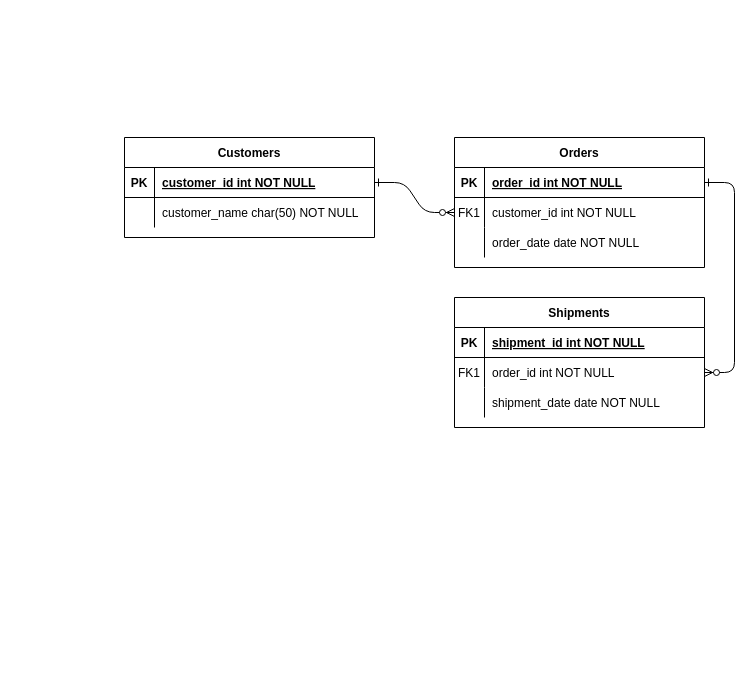
Earlier version of the draw.io diagram Диаграмма без названия.drawio (kitarooo/MarintexHackathon). Source tidied: cells renumbered, new cells numbered last; positions are measured from the earlier drawing's top-left corner, leaving out a move shared by most shapes. Both pictures are drawn from the tidied source at 100%, with x=0, y=0 at pixel (124, 137).
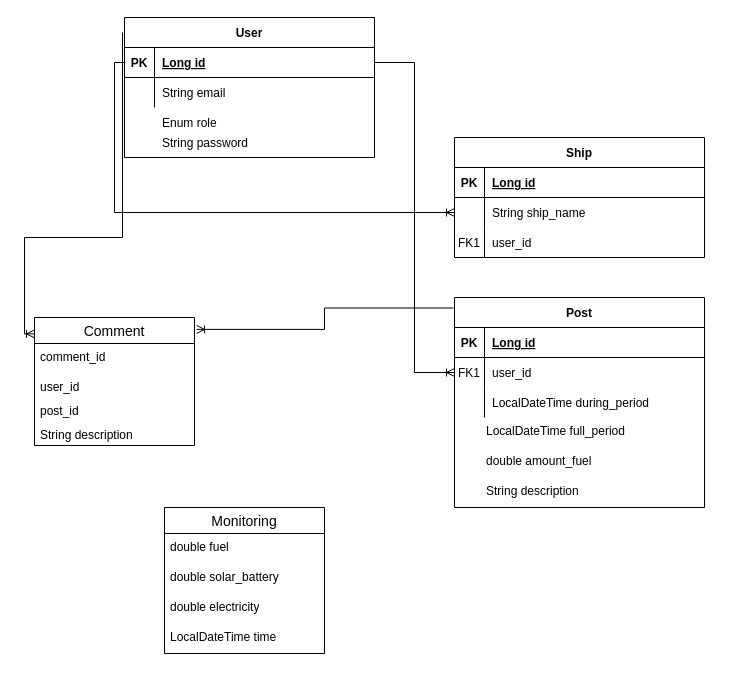
After the change.

The change refers to these unchanged cells:
```xml
<mxCell id="5" style="shape=partialRectangle;fillColor=none;points=[[0,0.5],[1,0.5]];portConstraint=eastwest;top=0;left=0;right=0;bottom=1;" parent="4" vertex="1">
  <mxGeometry y="30" width="250" height="30" as="geometry" />
</mxCell>
<mxCell id="8" style="shape=partialRectangle;fillColor=none;points=[[0,0.5],[1,0.5]];portConstraint=eastwest;top=0;left=0;right=0;bottom=0;" parent="4" vertex="1">
  <mxGeometry y="60" width="250" height="30" as="geometry" />
</mxCell>
<mxCell id="11" style="shape=partialRectangle;fillColor=none;top=0;left=0;right=0;bottom=0;" parent="4" vertex="1">
  <mxGeometry y="90" width="250" height="30" as="geometry" />
</mxCell>
<mxCell id="15" style="shape=partialRectangle;fillColor=none;top=0;left=0;right=0;bottom=1;" parent="14" vertex="1">
  <mxGeometry y="30" width="250" height="30" as="geometry" />
</mxCell>
<mxCell id="18" style="shape=partialRectangle;fillColor=none;points=[[0,0.5],[1,0.5]];portConstraint=eastwest;top=0;left=0;right=0;bottom=0;" parent="14" vertex="1">
  <mxGeometry y="60" width="250" height="30" as="geometry" />
</mxCell>
<mxCell id="21" style="shape=partialRectangle;fillColor=none;top=0;left=0;right=0;bottom=0;" parent="14" vertex="1">
  <mxGeometry y="90" width="250" height="30" as="geometry" />
</mxCell>
<mxCell id="25" style="shape=partialRectangle;fillColor=none;points=[[0,0.5],[1,0.5]];portConstraint=eastwest;top=0;left=0;right=0;bottom=1;" parent="24" vertex="1">
  <mxGeometry y="30" width="250" height="30" as="geometry" />
</mxCell>
<mxCell id="28" style="shape=partialRectangle;fillColor=none;top=0;left=0;right=0;bottom=0;" parent="24" vertex="1">
  <mxGeometry y="60" width="250" height="30" as="geometry" />
</mxCell>
```

What changed in the source:
```diff
@@
-    <mxCell id="2" style="edgeStyle=entityRelationEdgeStyle;endArrow=ERzeroToMany;startArrow=ERone;endFill=1;startFill=0;" parent="1" edge="1" source="25" target="8">
-      <mxGeometry relative="1" as="geometry" />
-    </mxCell>
-    <mxCell id="3" style="edgeStyle=entityRelationEdgeStyle;endArrow=ERzeroToMany;startArrow=ERone;endFill=1;startFill=0;" parent="1" edge="1" source="5" target="18">
-      <mxGeometry relative="1" as="geometry" />
-    </mxCell>
-    <mxCell id="4" value="Orders" style="shape=table;startSize=30;childLayout=tableLayout;rowLines=0;fontStyle=1;align=center;" parent="1" vertex="1">
-      <mxGeometry x="330" width="250" height="130" as="geometry" />
+    <mxCell id="4" value="Ship" style="shape=table;startSize=30;childLayout=tableLayout;rowLines=0;fontStyle=1;align=center;" parent="1" vertex="1">
+      <mxGeometry x="330" width="250" height="120" as="geometry" />
     </mxCell>
@@
-    <mxCell id="7" value="order_id int NOT NULL " style="shape=partialRectangle;overflow=hidden;fillColor=none;top=0;left=0;bottom=0;right=0;align=left;spacingLeft=6;fontStyle=5;" parent="5" vertex="1">
+    <mxCell id="7" value="Long id" style="shape=partialRectangle;overflow=hidden;fillColor=none;top=0;left=0;bottom=0;right=0;align=left;spacingLeft=6;fontStyle=5;" parent="5" vertex="1">
       <mxGeometry x="30" width="220" height="30" as="geometry" />
     </mxCell>
@@
-    <mxCell id="9" value="FK1" style="shape=partialRectangle;overflow=hidden;fillColor=none;top=0;left=0;bottom=0;right=0;" parent="8" vertex="1">
+    <mxCell id="9" style="shape=partialRectangle;overflow=hidden;fillColor=none;top=0;left=0;bottom=0;right=0;" parent="8" vertex="1">
       <mxGeometry width="30" height="30" as="geometry" />
     </mxCell>
-    <mxCell id="10" value="customer_id int NOT NULL" style="shape=partialRectangle;overflow=hidden;fillColor=none;top=0;left=0;bottom=0;right=0;align=left;spacingLeft=6;" parent="8" vertex="1">
+    <mxCell id="10" value="String ship_name" style="shape=partialRectangle;overflow=hidden;fillColor=none;top=0;left=0;bottom=0;right=0;align=left;spacingLeft=6;" parent="8" vertex="1">
       <mxGeometry x="30" width="220" height="30" as="geometry" />
     </mxCell>
@@
-    <mxCell id="13" value="order_date date NOT NULL" style="shape=partialRectangle;overflow=hidden;fillColor=none;top=0;left=0;bottom=0;right=0;align=left;spacingLeft=6;" parent="11" vertex="1">
+    <mxCell id="13" style="shape=partialRectangle;overflow=hidden;fillColor=none;top=0;left=0;bottom=0;right=0;align=left;spacingLeft=6;" parent="11" vertex="1">
       <mxGeometry x="30" width="220" height="30" as="geometry" />
     </mxCell>
-    <mxCell id="14" value="Shipments" style="shape=table;startSize=30;childLayout=tableLayout;rowLines=0;fontStyle=1;align=center;" parent="1" vertex="1">
-      <mxGeometry x="330" y="160" width="250" height="130" as="geometry" />
+    <mxCell id="14" value="Post" style="shape=table;startSize=30;childLayout=tableLayout;rowLines=0;fontStyle=1;align=center;" parent="1" vertex="1">
+      <mxGeometry x="330" y="160" width="250" height="210" as="geometry" />
     </mxCell>
@@
-    <mxCell id="17" value="shipment_id int NOT NULL " style="shape=partialRectangle;overflow=hidden;fillColor=none;top=0;left=0;bottom=0;right=0;align=left;spacingLeft=6;fontStyle=5;" parent="15" vertex="1">
+    <mxCell id="17" value="Long id" style="shape=partialRectangle;overflow=hidden;fillColor=none;top=0;left=0;bottom=0;right=0;align=left;spacingLeft=6;fontStyle=5;" parent="15" vertex="1">
       <mxGeometry x="30" width="220" height="30" as="geometry" />
     </mxCell>
@@
-    <mxCell id="20" value="order_id int NOT NULL" style="shape=partialRectangle;overflow=hidden;fillColor=none;top=0;left=0;bottom=0;right=0;align=left;spacingLeft=6;" parent="18" vertex="1">
+    <mxCell id="20" value="user_id" style="shape=partialRectangle;overflow=hidden;fillColor=none;top=0;left=0;bottom=0;right=0;align=left;spacingLeft=6;" parent="18" vertex="1">
       <mxGeometry x="30" width="220" height="30" as="geometry" />
     </mxCell>
@@
-    <mxCell id="23" value="shipment_date date NOT NULL" style="shape=partialRectangle;overflow=hidden;fillColor=none;top=0;left=0;bottom=0;right=0;align=left;spacingLeft=6;" parent="21" vertex="1">
+    <mxCell id="23" value="LocalDateTime during_period" style="shape=partialRectangle;overflow=hidden;fillColor=none;top=0;left=0;bottom=0;right=0;align=left;spacingLeft=6;" parent="21" vertex="1">
       <mxGeometry x="30" width="220" height="30" as="geometry" />
     </mxCell>
-    <mxCell id="24" value="Customers" style="shape=table;startSize=30;childLayout=tableLayout;rowLines=0;fontStyle=1;align=center;" parent="1" vertex="1">
-      <mxGeometry width="250" height="100" as="geometry" />
+    <mxCell id="24" value="User" style="shape=table;startSize=30;childLayout=tableLayout;rowLines=0;fontStyle=1;align=center;" parent="1" vertex="1">
+      <mxGeometry y="-120" width="250" height="140" as="geometry" />
     </mxCell>
@@
-    <mxCell id="27" value="customer_id int NOT NULL " style="shape=partialRectangle;overflow=hidden;fillColor=none;top=0;left=0;bottom=0;right=0;align=left;spacingLeft=6;fontStyle=5;" parent="25" vertex="1">
+    <mxCell id="27" value="Long id" style="shape=partialRectangle;overflow=hidden;fillColor=none;top=0;left=0;bottom=0;right=0;align=left;spacingLeft=6;fontStyle=5;" parent="25" vertex="1">
       <mxGeometry x="30" width="220" height="30" as="geometry" />
     </mxCell>
@@
-    <mxCell id="30" value="customer_name char(50) NOT NULL" style="shape=partialRectangle;overflow=hidden;fillColor=none;top=0;left=0;bottom=0;right=0;align=left;spacingLeft=6;" parent="28" vertex="1">
+    <mxCell id="30" value="String email" style="shape=partialRectangle;overflow=hidden;fillColor=none;top=0;left=0;bottom=0;right=0;align=left;spacingLeft=6;" parent="28" vertex="1">
       <mxGeometry x="30" width="220" height="30" as="geometry" />
     </mxCell>
+    <mxCell id="31" value="String password" style="shape=partialRectangle;overflow=hidden;fillColor=none;top=0;left=0;bottom=0;right=0;align=left;spacingLeft=6;" parent="1" vertex="1">
+      <mxGeometry x="30" y="-10" width="220" height="30" as="geometry" />
+    </mxCell>
+    <mxCell id="32" value="LocalDateTime full_period" style="text;whiteSpace=wrap;" parent="1" vertex="1">
+      <mxGeometry x="360" y="280" width="170" height="40" as="geometry" />
+    </mxCell>
+    <mxCell id="33" style="edgeStyle=orthogonalEdgeStyle;fontSize=12;html=1;endArrow=ERoneToMany;rounded=0;exitX=1;exitY=0.5;exitDx=0;exitDy=0;entryX=0;entryY=0.5;entryDx=0;entryDy=0;" parent="1" edge="1" source="25" target="18">
+      <mxGeometry relative="1" as="geometry" />
+    </mxCell>
+    <mxCell id="2" style="edgeStyle=orthogonalEdgeStyle;fontSize=12;html=1;endArrow=ERoneToMany;rounded=0;exitX=0;exitY=0.5;exitDx=0;exitDy=0;" parent="1" edge="1" source="25" target="8">
+      <mxGeometry relative="1" as="geometry" />
+    </mxCell>
+    <mxCell id="34" value="FK1" style="shape=partialRectangle;overflow=hidden;fillColor=none;top=0;left=0;bottom=0;right=0;" parent="1" vertex="1">
+      <mxGeometry x="330" y="90" width="30" height="30" as="geometry" />
+    </mxCell>
+    <mxCell id="35" value="user_id" style="shape=partialRectangle;overflow=hidden;fillColor=none;top=0;left=0;bottom=0;right=0;align=left;spacingLeft=6;" parent="1" vertex="1">
+      <mxGeometry x="360" y="90" width="220" height="30" as="geometry" />
+    </mxCell>
+    <mxCell id="36" value="double amount_fuel " style="text;whiteSpace=wrap;" parent="1" vertex="1">
+      <mxGeometry x="360" y="310" width="170" height="40" as="geometry" />
+    </mxCell>
+    <mxCell id="37" value="Enum role" style="shape=partialRectangle;overflow=hidden;fillColor=none;top=0;left=0;bottom=0;right=0;align=left;spacingLeft=6;" parent="1" vertex="1">
+      <mxGeometry x="30" y="-30" width="220" height="30" as="geometry" />
+    </mxCell>
+    <mxCell id="38" value="String description" style="text;whiteSpace=wrap;" parent="1" vertex="1">
+      <mxGeometry x="360" y="340" width="170" height="20" as="geometry" />
+    </mxCell>
+    <mxCell id="39" value="Comment" style="swimlane;fontStyle=0;horizontal=1;startSize=26;align=center;fontSize=14;" parent="1" vertex="1">
+      <mxGeometry x="-90" y="180" width="160" height="128" as="geometry" />
+    </mxCell>
+    <mxCell id="40" value="comment_id" style="text;strokeColor=none;fillColor=none;spacingLeft=4;spacingRight=4;overflow=hidden;fontSize=12;whiteSpace=wrap;html=1;" parent="39" vertex="1">
+      <mxGeometry y="26" width="160" height="30" as="geometry" />
+    </mxCell>
+    <mxCell id="41" value="user_id" style="text;strokeColor=none;fillColor=none;spacingLeft=4;spacingRight=4;overflow=hidden;fontSize=12;whiteSpace=wrap;html=1;" parent="39" vertex="1">
+      <mxGeometry y="56" width="160" height="24" as="geometry" />
+    </mxCell>
+    <mxCell id="42" value="post_id" style="text;strokeColor=none;fillColor=none;spacingLeft=4;spacingRight=4;overflow=hidden;fontSize=12;whiteSpace=wrap;html=1;" parent="39" vertex="1">
+      <mxGeometry y="80" width="160" height="24" as="geometry" />
+    </mxCell>
+    <mxCell id="43" value="String description" style="text;strokeColor=none;fillColor=none;spacingLeft=4;spacingRight=4;overflow=hidden;fontSize=12;whiteSpace=wrap;html=1;" parent="39" vertex="1">
+      <mxGeometry y="104" width="160" height="24" as="geometry" />
+    </mxCell>
+    <mxCell id="44" style="edgeStyle=orthogonalEdgeStyle;fontSize=12;html=1;endArrow=ERoneToMany;rounded=0;exitX=-0.004;exitY=0.05;exitDx=0;exitDy=0;exitPerimeter=0;entryX=1.013;entryY=0.093;entryDx=0;entryDy=0;entryPerimeter=0;" parent="1" edge="1" source="14" target="39">
+      <mxGeometry relative="1" as="geometry" />
+    </mxCell>
+    <mxCell id="45" style="edgeStyle=orthogonalEdgeStyle;fontSize=12;html=1;endArrow=ERoneToMany;rounded=0;exitX=-0.008;exitY=0.107;exitDx=0;exitDy=0;exitPerimeter=0;entryX=0;entryY=0.128;entryDx=0;entryDy=0;entryPerimeter=0;" parent="1" edge="1" source="24" target="39">
+      <mxGeometry relative="1" as="geometry" />
+    </mxCell>
+    <mxCell id="46" value="Monitoring" style="swimlane;fontStyle=0;horizontal=1;startSize=26;align=center;fontSize=14;" parent="1" vertex="1">
+      <mxGeometry x="40" y="370" width="160" height="146" as="geometry" />
+    </mxCell>
+    <mxCell id="47" value="double fuel" style="text;strokeColor=none;fillColor=none;spacingLeft=4;spacingRight=4;overflow=hidden;fontSize=12;whiteSpace=wrap;html=1;" parent="46" vertex="1">
+      <mxGeometry y="26" width="160" height="30" as="geometry" />
+    </mxCell>
+    <mxCell id="48" value="double solar_battery" style="text;strokeColor=none;fillColor=none;spacingLeft=4;spacingRight=4;overflow=hidden;fontSize=12;whiteSpace=wrap;html=1;" parent="46" vertex="1">
+      <mxGeometry y="56" width="160" height="30" as="geometry" />
+    </mxCell>
+    <mxCell id="49" value="double&amp;nbsp;electricity" style="text;strokeColor=none;fillColor=none;spacingLeft=4;spacingRight=4;overflow=hidden;fontSize=12;whiteSpace=wrap;html=1;" parent="46" vertex="1">
+      <mxGeometry y="86" width="160" height="30" as="geometry" />
+    </mxCell>
+    <mxCell id="50" value="LocalDateTime time" style="text;strokeColor=none;fillColor=none;spacingLeft=4;spacingRight=4;overflow=hidden;fontSize=12;whiteSpace=wrap;html=1;" parent="46" vertex="1">
+      <mxGeometry y="116" width="160" height="30" as="geometry" />
+    </mxCell>
```
